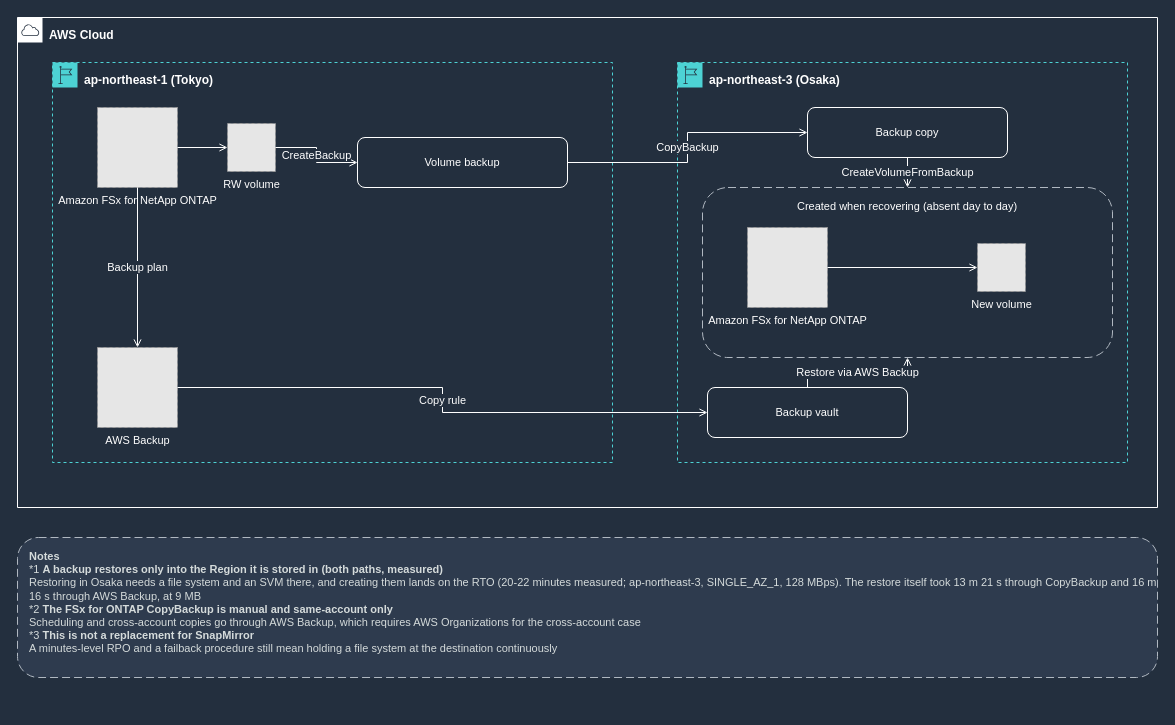
Before: docs/_assets/diagrams/backup-copy-cross-region-en-dark.drawio in Yoshiki0705/FSx-for-ONTAP-Adoption-Playbook, a draw.io diagram. Source tidied: cells renumbered, new cells numbered last; positions are measured from the earlier drawing's top-left corner, leaving out a move shared by most shapes. Both pictures are drawn from the tidied source at 100%, with x=0, y=0 at pixel (17, 17). Pictures stored in the file or linked from it are replaced by grey dashed boxes.
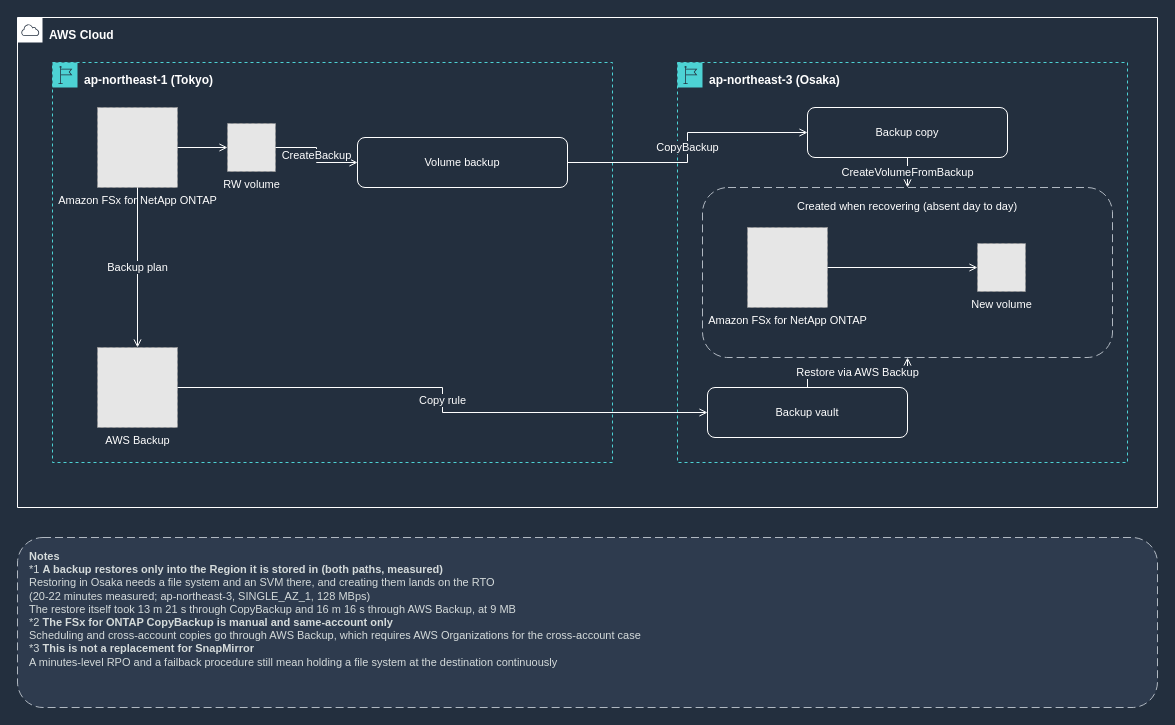
Above is the later version.

What changed in the source:
```diff
@@
-    <mxCell id="22" value="&lt;b&gt;Notes&lt;/b&gt;&lt;br&gt;*1 &lt;b&gt;A backup restores only into the Region it is stored in (both paths, measured)&lt;/b&gt;&lt;br&gt;Restoring in Osaka needs a file system and an SVM there, and creating them lands on the RTO (20-22 minutes measured; ap-northeast-3, SINGLE_AZ_1, 128 MBps). The restore itself took 13 m 21 s through CopyBackup and 16 m 16 s through AWS Backup, at 9 MB&lt;br&gt;*2 &lt;b&gt;The FSx for ONTAP CopyBackup is manual and same-account only&lt;/b&gt;&lt;br&gt;Scheduling and cross-account copies go through AWS Backup, which requires AWS Organizations for the cross-account case&lt;br&gt;*3 &lt;b&gt;This is not a replacement for SnapMirror&lt;/b&gt;&lt;br&gt;A minutes-level RPO and a failback procedure still mean holding a file system at the destination continuously" style="rounded=1;whiteSpace=wrap;html=1;dashed=1;dashPattern=8 4;strokeColor=#B0B8C1;fillColor=#2E3B4E;fontColor=#D5DBDB;fontSize=11;align=left;verticalAlign=top;spacingLeft=10;spacingTop=6;" parent="1" vertex="1">
-      <mxGeometry y="520" width="1140" height="140" as="geometry" />
+    <mxCell id="22" value="&lt;b&gt;Notes&lt;/b&gt;&lt;br&gt;*1 &lt;b&gt;A backup restores only into the Region it is stored in (both paths, measured)&lt;/b&gt;&lt;br&gt;Restoring in Osaka needs a file system and an SVM there, and creating them lands on the RTO&lt;br&gt;(20-22 minutes measured; ap-northeast-3, SINGLE_AZ_1, 128 MBps)&lt;br&gt;The restore itself took 13 m 21 s through CopyBackup and 16 m 16 s through AWS Backup, at 9 MB&lt;br&gt;*2 &lt;b&gt;The FSx for ONTAP CopyBackup is manual and same-account only&lt;/b&gt;&lt;br&gt;Scheduling and cross-account copies go through AWS Backup, which requires AWS Organizations for the cross-account case&lt;br&gt;*3 &lt;b&gt;This is not a replacement for SnapMirror&lt;/b&gt;&lt;br&gt;A minutes-level RPO and a failback procedure still mean holding a file system at the destination continuously" style="rounded=1;whiteSpace=wrap;html=1;dashed=1;dashPattern=8 4;strokeColor=#B0B8C1;fillColor=#2E3B4E;fontColor=#D5DBDB;fontSize=11;align=left;verticalAlign=top;spacingLeft=10;spacingTop=6;" parent="1" vertex="1">
+      <mxGeometry y="520" width="1140" height="170" as="geometry" />
     </mxCell>
```
